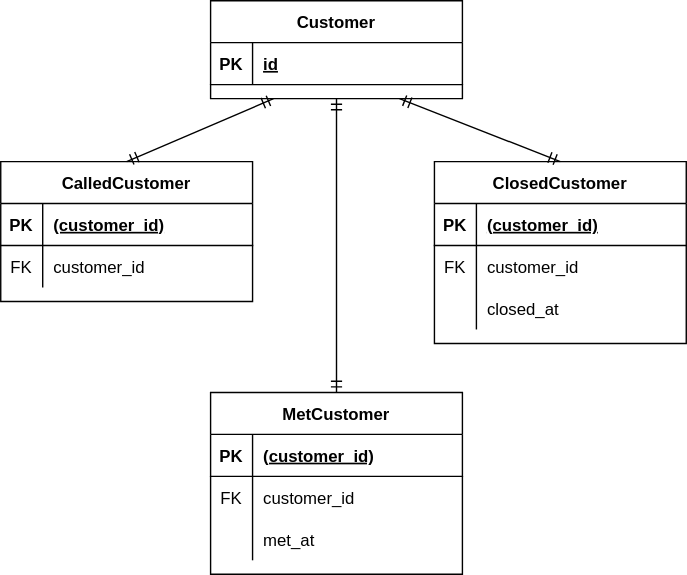
Earlier version of the draw.io export 26/answer.drawio.svg (tomoya3178/praha-challenge). Source tidied: cells renumbered, new cells last; positions are measured from the earlier drawing's top-left corner, leaving out a move shared by most shapes.
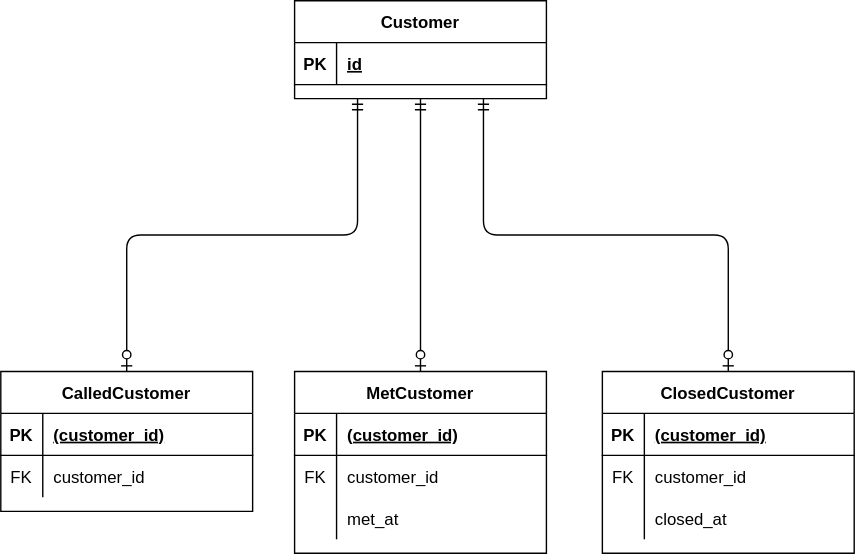
After the change.

The edit, as a diff of the source:
```diff
@@ -15,7 +15,7 @@
       <mxGeometry x="30" width="150" height="30" as="geometry" />
     </mxCell>
     <mxCell id="6" value="CalledCustomer" style="shape=table;startSize=30;rowLines=0;fontStyle=1;align=center;" parent="1" vertex="1">
-      <mxGeometry y="115" width="180" height="100" as="geometry" />
+      <mxGeometry x="-60" y="265" width="180" height="100" as="geometry" />
     </mxCell>
     <mxCell id="7" style="shape=partialRectangle;fillColor=none;top=0;left=0;bottom=1;right=0;" parent="6" vertex="1">
       <mxGeometry y="30" width="180" height="30" as="geometry" />
@@ -36,7 +36,7 @@
       <mxGeometry x="30" width="150" height="30" as="geometry" />
     </mxCell>
     <mxCell id="13" value="MetCustomer" style="shape=table;startSize=30;rowLines=0;fontStyle=1;align=center;" parent="1" vertex="1">
-      <mxGeometry x="150" y="280" width="180" height="130" as="geometry" />
+      <mxGeometry x="150" y="265" width="180" height="130" as="geometry" />
     </mxCell>
     <mxCell id="14" style="shape=partialRectangle;fillColor=none;top=0;left=0;bottom=1;right=0;" parent="13" vertex="1">
       <mxGeometry y="30" width="180" height="30" as="geometry" />
@@ -66,7 +66,7 @@
       <mxGeometry x="30" width="150" height="30" as="geometry" />
     </mxCell>
     <mxCell id="23" value="ClosedCustomer" style="shape=table;startSize=30;rowLines=0;fontStyle=1;align=center;" parent="1" vertex="1">
-      <mxGeometry x="310" y="115" width="180" height="130" as="geometry" />
+      <mxGeometry x="370" y="265" width="180" height="130" as="geometry" />
     </mxCell>
     <mxCell id="24" style="shape=partialRectangle;fillColor=none;top=0;left=0;bottom=1;right=0;" parent="23" vertex="1">
       <mxGeometry y="30" width="180" height="30" as="geometry" />
@@ -95,14 +95,14 @@
     <mxCell id="32" value="closed_at" style="shape=partialRectangle;fillColor=none;top=0;left=0;bottom=0;right=0;align=left;spacingLeft=6;overflow=hidden;" parent="30" vertex="1">
       <mxGeometry x="30" width="150" height="30" as="geometry" />
     </mxCell>
-    <mxCell id="33" style="fontSize=12;html=1;endArrow=ERmandOne;startArrow=ERmandOne;exitX=0.5;exitY=0;exitDx=0;exitDy=0;entryX=0.25;entryY=1;entryDx=0;entryDy=0;" parent="1" edge="1" source="6" target="2">
-      <mxGeometry relative="1" as="geometry" />
-    </mxCell>
-    <mxCell id="34" style="fontSize=12;html=1;endArrow=ERmandOne;startArrow=ERmandOne;entryX=0.5;entryY=1;entryDx=0;entryDy=0;exitX=0.5;exitY=0;exitDx=0;exitDy=0;" parent="1" edge="1" source="13" target="2">
-      <mxGeometry relative="1" as="geometry" />
-    </mxCell>
-    <mxCell id="35" style="fontSize=12;html=1;endArrow=ERmandOne;startArrow=ERmandOne;entryX=0.75;entryY=1;entryDx=0;entryDy=0;exitX=0.5;exitY=0;exitDx=0;exitDy=0;" parent="1" edge="1" source="23" target="2">
-      <mxGeometry relative="1" as="geometry" />
-    </mxCell>
+    <mxCell id="36" style="edgeStyle=orthogonalEdgeStyle;fontSize=12;html=1;endArrow=ERzeroToOne;startArrow=ERmandOne;exitX=0.25;exitY=1;exitDx=0;exitDy=0;entryX=0.5;entryY=0;entryDx=0;entryDy=0;" parent="1" edge="1" source="2" target="6">
+      <mxGeometry relative="1" as="geometry" />
+    </mxCell>
+    <mxCell id="37" style="edgeStyle=orthogonalEdgeStyle;fontSize=12;html=1;endArrow=ERzeroToOne;startArrow=ERmandOne;exitX=0.75;exitY=1;exitDx=0;exitDy=0;entryX=0.5;entryY=0;entryDx=0;entryDy=0;" parent="1" edge="1" source="2" target="23">
+      <mxGeometry relative="1" as="geometry" />
+    </mxCell>
+    <mxCell id="38" style="fontSize=12;html=1;endArrow=ERzeroToOne;startArrow=ERmandOne;exitX=0.5;exitY=1;exitDx=0;exitDy=0;entryX=0.5;entryY=0;entryDx=0;entryDy=0;" parent="1" edge="1" source="2" target="13">
+      <mxGeometry relative="1" as="geometry" />
+    </mxCell>
   </root>
 </mxGraphModel>
```
